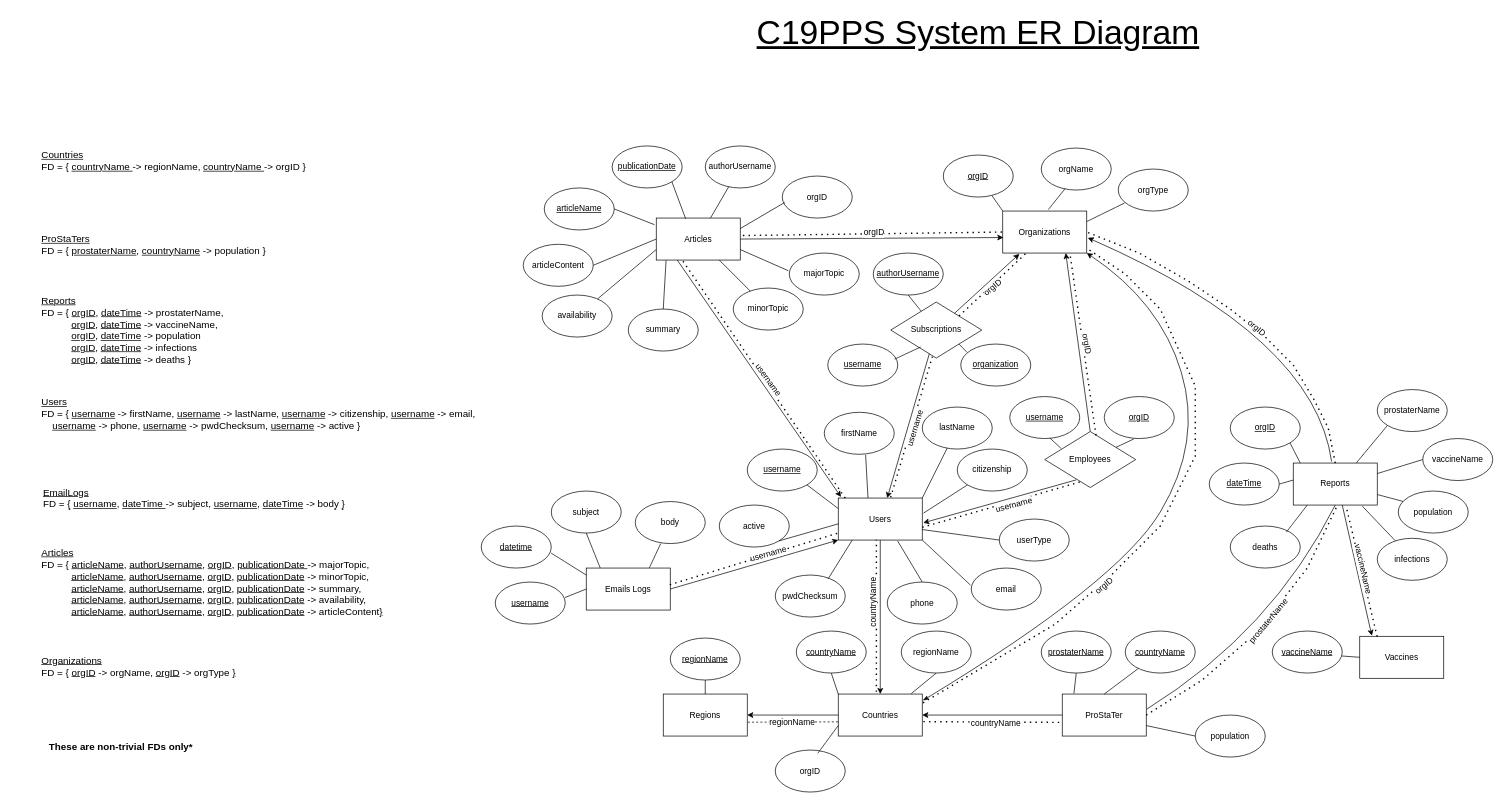
aydinaf/COMP353-Project-C19PPS keeps this draw.io diagram as ER Diagram v2.5.drawio. Above is the earlier version. Source tidied: cells renumbered, new cells numbered last; positions are measured from the earlier drawing's top-left corner, leaving out a move shared by most shapes. Both pictures are drawn from the tidied source at 70%, with x=0, y=0 at pixel (12, 22).
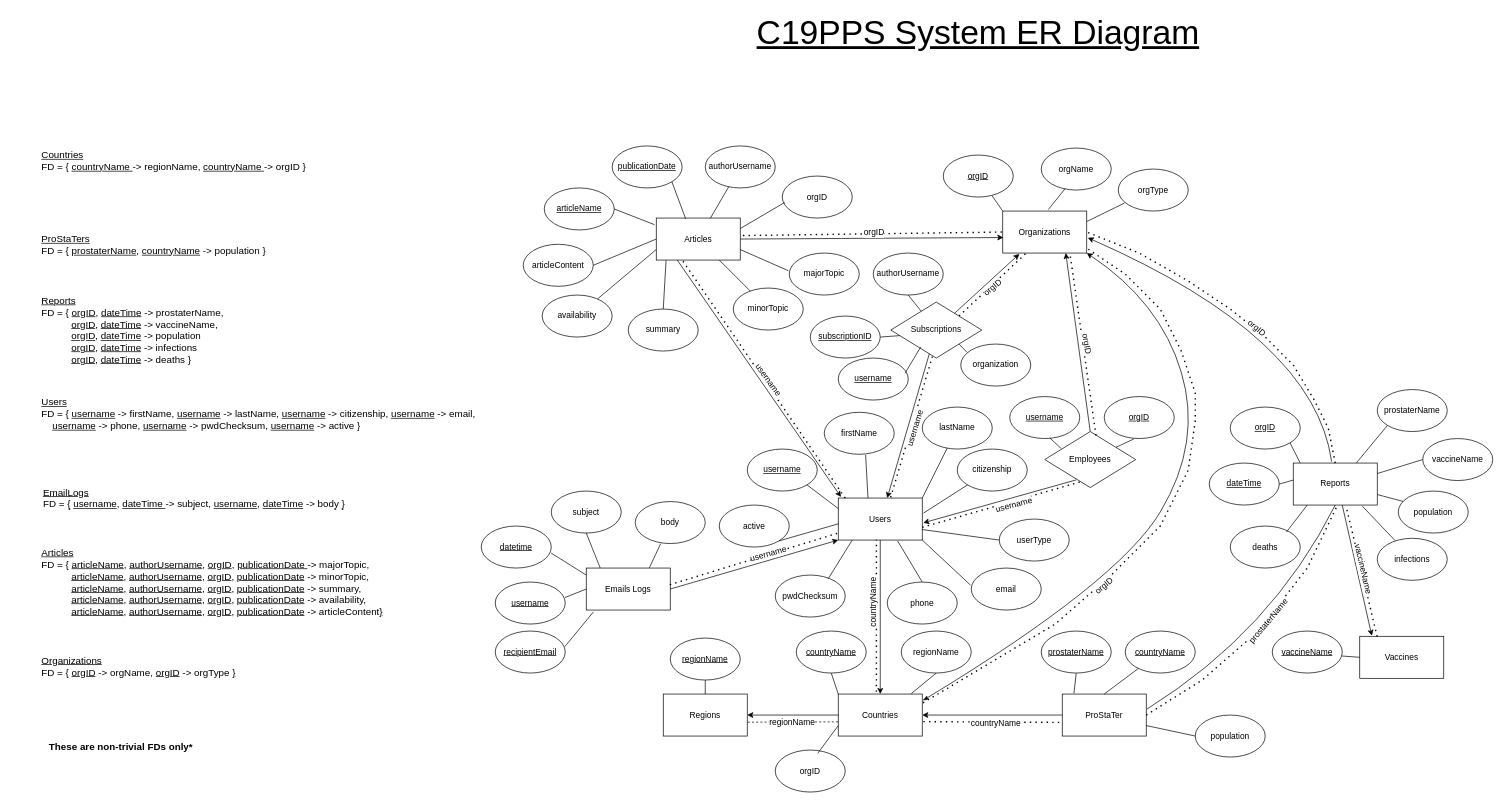
The same page after the edit.

Commit message:
Subscriptions and EmailLogs Modified. EmailLogs now has username and recipientEmail and dateTime as primary keys. Subscriptions now has ID and username as primary keys.

Unchanged cells that the change refers to:
```xml
<mxCell id="4" value="Countries" style="rounded=0;whiteSpace=wrap;html=1;" parent="1" vertex="1">
  <mxGeometry x="1180" y="960" width="120" height="60" as="geometry" />
</mxCell>
<mxCell id="45" value="Organizations" style="rounded=0;whiteSpace=wrap;html=1;" parent="1" vertex="1">
  <mxGeometry x="1415" y="270" width="120" height="60" as="geometry" />
</mxCell>
<mxCell id="64" value="Subscriptions" style="rhombus;whiteSpace=wrap;html=1;" parent="1" vertex="1">
  <mxGeometry x="1255" y="400" width="130" height="80" as="geometry" />
</mxCell>
<mxCell id="94" value="Emails Logs" style="rounded=0;whiteSpace=wrap;html=1;" parent="1" vertex="1">
  <mxGeometry x="820" y="780" width="120" height="60" as="geometry" />
</mxCell>
```

What changed in the source:
```diff
@@
     <mxCell id="65" value="&lt;u&gt;username&lt;/u&gt;" style="ellipse;whiteSpace=wrap;html=1;" parent="1" vertex="1">
-      <mxGeometry x="1165" y="460" width="100" height="60" as="geometry" />
+      <mxGeometry x="1180" y="480" width="100" height="60" as="geometry" />
     </mxCell>
@@
-    <mxCell id="67" value="&lt;u&gt;authorUsername&lt;/u&gt;" style="ellipse;whiteSpace=wrap;html=1;" parent="1" vertex="1">
+    <mxCell id="67" value="&lt;span&gt;authorUsername&lt;/span&gt;" style="ellipse;whiteSpace=wrap;html=1;fontStyle=0;" parent="1" vertex="1">
       <mxGeometry x="1230" y="330" width="100" height="60" as="geometry" />
     </mxCell>
-    <mxCell id="68" value="&lt;u&gt;organization&lt;/u&gt;" style="ellipse;whiteSpace=wrap;html=1;" parent="1" vertex="1">
+    <mxCell id="68" value="&lt;span&gt;organization&lt;/span&gt;" style="ellipse;whiteSpace=wrap;html=1;fontStyle=0;" parent="1" vertex="1">
       <mxGeometry x="1355" y="460" width="100" height="60" as="geometry" />
     </mxCell>
@@
     <mxCell id="144" style="endArrow=none;dashed=1;html=1;dashPattern=1 3;strokeWidth=2;rounded=0;fontSize=12;exitX=1.009;exitY=0.209;exitDx=0;exitDy=0;exitPerimeter=0;entryX=0.999;entryY=0.883;entryDx=0;entryDy=0;entryPerimeter=0;" parent="1" edge="1" source="4" target="45">
       <mxGeometry relative="1" as="geometry">
         <Array as="points">
           <mxPoint x="1490" y="860" />
           <mxPoint x="1570" y="790" />
           <mxPoint x="1640" y="720" />
-          <mxPoint x="1690" y="620" />
+          <mxPoint x="1680" y="640" />
           <mxPoint x="1690" y="570" />
-          <mxPoint x="1690" y="520" />
+          <mxPoint x="1690" y="530" />
+          <mxPoint x="1680" y="500" />
+          <mxPoint x="1670" y="470" />
           <mxPoint x="1640" y="410" />
           <mxPoint x="1590" y="360" />
         </Array>
       </mxGeometry>
     </mxCell>
@@
+    <mxCell id="154" style="endArrow=none;html=1;rounded=0;curved=1;entryX=0.1;entryY=0.6;entryDx=0;entryDy=0;entryPerimeter=0;exitX=1;exitY=0.5;exitDx=0;exitDy=0;" parent="1" edge="1" source="155" target="64">
+      <mxGeometry relative="1" as="geometry" />
+    </mxCell>
+    <mxCell id="155" value="subscriptionID" style="ellipse;whiteSpace=wrap;html=1;fontStyle=4;" parent="1" vertex="1">
+      <mxGeometry x="1140" y="420" width="100" height="60" as="geometry" />
+    </mxCell>
+    <mxCell id="156" value="recipientEmail" style="ellipse;whiteSpace=wrap;html=1;fontStyle=4;" parent="1" vertex="1">
+      <mxGeometry x="690" y="870" width="100" height="60" as="geometry" />
+    </mxCell>
+    <mxCell id="157" style="endArrow=none;html=1;rounded=0;fontSize=48;curved=1;exitX=0.995;exitY=0.369;exitDx=0;exitDy=0;exitPerimeter=0;entryX=0.086;entryY=1.043;entryDx=0;entryDy=0;entryPerimeter=0;" parent="1" edge="1" source="156" target="94">
+      <mxGeometry relative="1" as="geometry" />
+    </mxCell>
```
